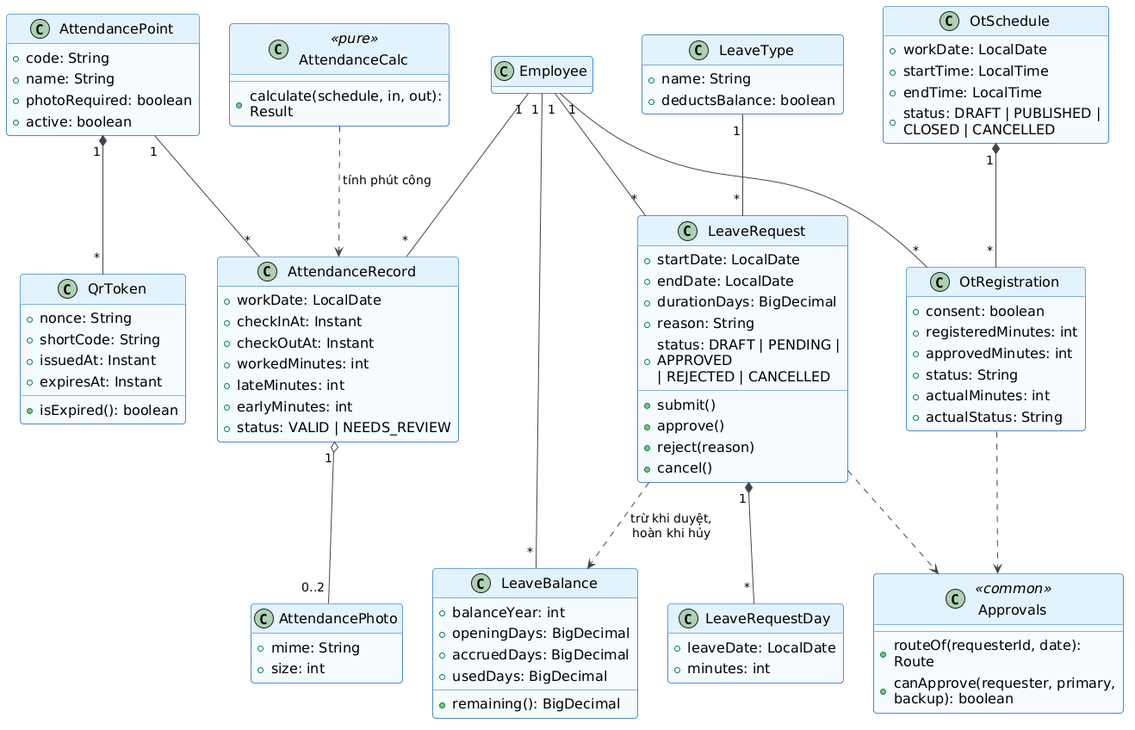
The PlantUML diagram docs/uml/png/fig4_8_class_attendance_leave_ot.png in gihan160306/HRFlow, before a commit.
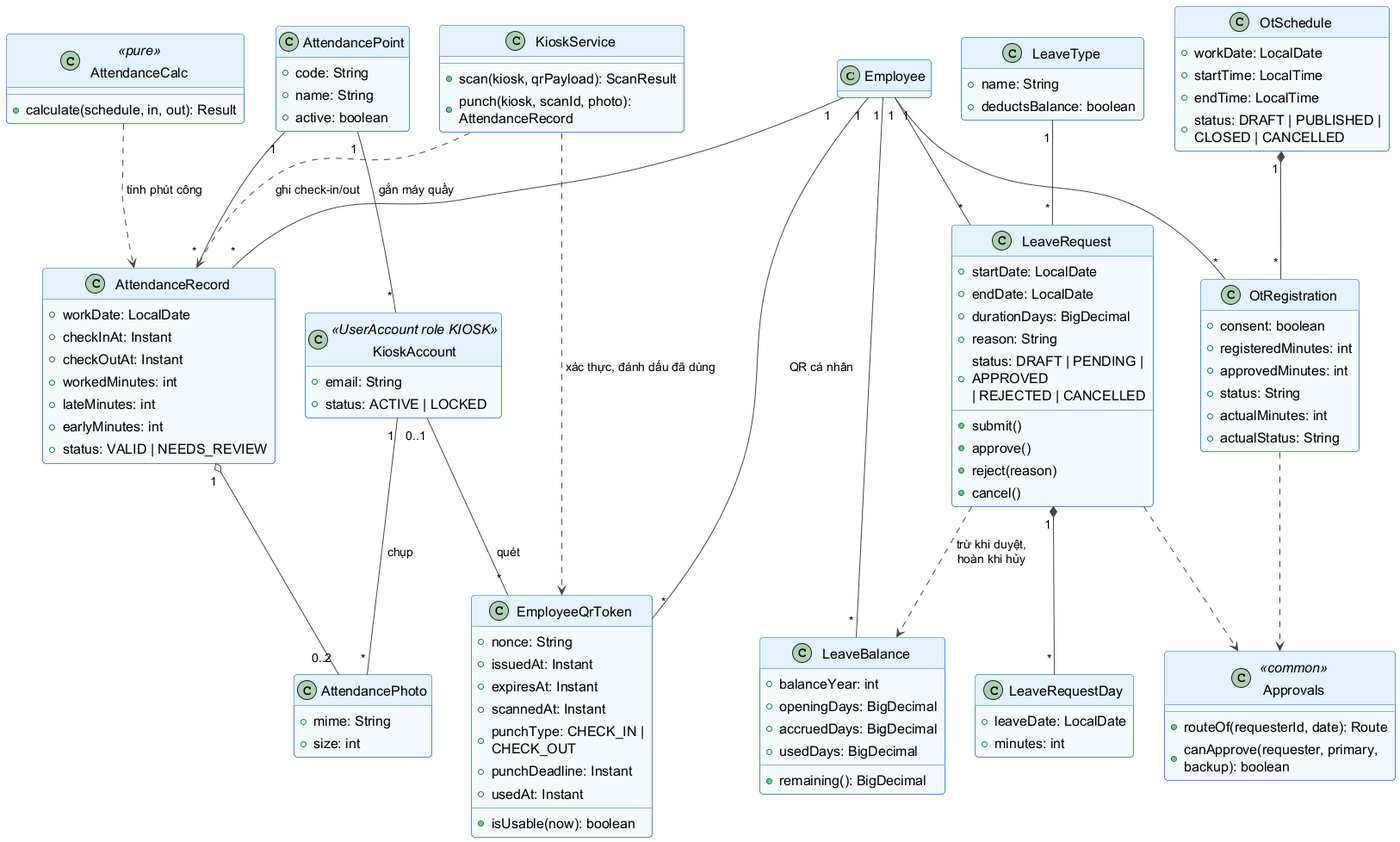
The same file after the commit.

Change to the diagram source:
```diff
@@ -1,4 +1,4 @@
-@startuml
+@startuml fig4_8_class_attendance_leave_ot
 skinparam backgroundColor #FFFFFF
 skinparam shadowing false
 skinparam roundCorner 8
@@ -35,15 +35,21 @@
 class AttendancePoint {
   +code: String
   +name: String
-  +photoRequired: boolean
   +active: boolean
 }
-class QrToken {
+class KioskAccount <<UserAccount role KIOSK>> {
+  +email: String
+  +status: ACTIVE | LOCKED
+}
+class EmployeeQrToken {
   +nonce: String
-  +shortCode: String
   +issuedAt: Instant
   +expiresAt: Instant
-  +isExpired(): boolean
+  +scannedAt: Instant
+  +punchType: CHECK_IN | CHECK_OUT
+  +punchDeadline: Instant
+  +usedAt: Instant
+  +isUsable(now): boolean
 }
 class AttendanceRecord {
   +workDate: LocalDate
@@ -57,6 +63,10 @@
 class AttendancePhoto {
   +mime: String
   +size: int
+}
+class KioskService {
+  +scan(kiosk, qrPayload): ScanResult
+  +punch(kiosk, scanId, photo): AttendanceRecord
 }
 class AttendanceCalc <<pure>> {
   +calculate(schedule, in, out): Result
@@ -107,8 +117,13 @@
 }
 Employee "1" -- "*" AttendanceRecord
 AttendancePoint "1" -- "*" AttendanceRecord
-AttendancePoint "1" *-- "*" QrToken
+AttendancePoint "1" -- "*" KioskAccount : gắn máy quầy
+Employee "1" -- "*" EmployeeQrToken : QR cá nhân
+KioskAccount "0..1" -- "*" EmployeeQrToken : quét
 AttendanceRecord "1" o-- "0..2" AttendancePhoto
+KioskAccount "1" -- "*" AttendancePhoto : chụp
+KioskService ..> EmployeeQrToken : xác thực, đánh dấu đã dùng
+KioskService ..> AttendanceRecord : ghi check-in/out
 AttendanceCalc ..> AttendanceRecord : tính phút công
 Employee "1" -- "*" LeaveRequest
 LeaveType "1" -- "*" LeaveRequest
```
